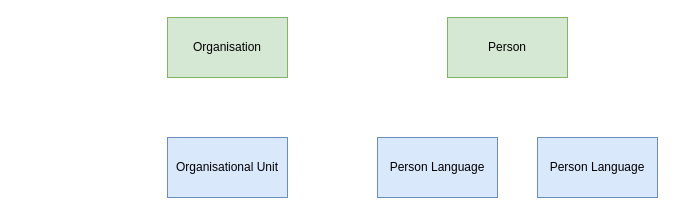
Earlier version of the draw.io diagram public/diagrams/model/Party.drawio (data-positioning/datapos-resources). Source tidied: cells renumbered, new cells numbered last; positions are measured from the earlier drawing's top-left corner, leaving out a move shared by most shapes. Both pictures are drawn from the tidied source at 100%, with x=0, y=0 at pixel (167, 17).
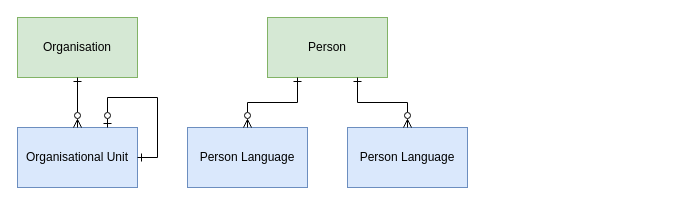
After the change.

What changed in the source:
```diff
@@
 <mxGraphModel>
   <root>
     <mxCell id="0" />
     <mxCell id="1" parent="0" />
     <mxCell id="2" value="Organisation" style="rounded=0;whiteSpace=wrap;html=1;points=[[0,0,0,0,0],[0,0.25,0,0,0],[0,0.5,0,0,0],[0,0.75,0,0,0],[0,1,0,0,0],[0.13,1,0,0,0],[0.25,0,0,0,0],[0.25,1,0,0,0],[0.38,1,0,0,0],[0.5,0,0,0,0],[0.5,1,0,0,0],[0.63,1,0,0,0],[0.75,0,0,0,0],[0.75,1,0,0,0],[0.88,1,0,0,0],[1,0,0,0,0],[1,0.25,0,0,0],[1,0.5,0,0,0],[1,0.75,0,0,0],[1,1,0,0,0]];fillColor=#d5e8d4;strokeColor=#82b366;" parent="1" vertex="1">
-      <mxGeometry width="120" height="60" as="geometry" />
+      <mxGeometry x="-150" width="120" height="60" as="geometry" />
     </mxCell>
     <mxCell id="3" value="Person" style="rounded=0;whiteSpace=wrap;html=1;points=[[0,0,0,0,0],[0,0.25,0,0,0],[0,0.5,0,0,0],[0,0.75,0,0,0],[0,1,0,0,0],[0.13,1,0,0,0],[0.25,0,0,0,0],[0.25,1,0,0,0],[0.38,1,0,0,0],[0.5,0,0,0,0],[0.5,1,0,0,0],[0.63,1,0,0,0],[0.75,0,0,0,0],[0.75,1,0,0,0],[0.88,1,0,0,0],[1,0,0,0,0],[1,0.25,0,0,0],[1,0.5,0,0,0],[1,0.75,0,0,0],[1,1,0,0,0]];fillColor=#d5e8d4;strokeColor=#82b366;" parent="1" vertex="1">
-      <mxGeometry x="280" width="120" height="60" as="geometry" />
+      <mxGeometry x="100" width="120" height="60" as="geometry" />
     </mxCell>
     <mxCell id="4" value="Organisational Unit" style="rounded=0;whiteSpace=wrap;html=1;points=[[0,0,0,0,0],[0,0.25,0,0,0],[0,0.5,0,0,0],[0,0.75,0,0,0],[0,1,0,0,0],[0.13,1,0,0,0],[0.25,0,0,0,0],[0.25,1,0,0,0],[0.38,1,0,0,0],[0.5,0,0,0,0],[0.5,1,0,0,0],[0.63,1,0,0,0],[0.75,0,0,0,0],[0.75,1,0,0,0],[0.88,1,0,0,0],[1,0,0,0,0],[1,0.25,0,0,0],[1,0.5,0,0,0],[1,0.75,0,0,0],[1,1,0,0,0]];fillColor=#dae8fc;strokeColor=#6c8ebf;" parent="1" vertex="1">
-      <mxGeometry y="120" width="120" height="60" as="geometry" />
+      <mxGeometry x="-150" y="110" width="120" height="60" as="geometry" />
     </mxCell>
     <mxCell id="5" value="Person Language" style="rounded=0;whiteSpace=wrap;html=1;points=[[0,0,0,0,0],[0,0.25,0,0,0],[0,0.5,0,0,0],[0,0.75,0,0,0],[0,1,0,0,0],[0.13,1,0,0,0],[0.25,0,0,0,0],[0.25,1,0,0,0],[0.38,1,0,0,0],[0.5,0,0,0,0],[0.5,1,0,0,0],[0.63,1,0,0,0],[0.75,0,0,0,0],[0.75,1,0,0,0],[0.88,1,0,0,0],[1,0,0,0,0],[1,0.25,0,0,0],[1,0.5,0,0,0],[1,0.75,0,0,0],[1,1,0,0,0]];fillColor=#dae8fc;strokeColor=#6c8ebf;" parent="1" vertex="1">
-      <mxGeometry x="210" y="120" width="120" height="60" as="geometry" />
+      <mxGeometry x="20" y="110" width="120" height="60" as="geometry" />
     </mxCell>
     <mxCell id="6" value="Person Language" style="rounded=0;whiteSpace=wrap;html=1;points=[[0,0,0,0,0],[0,0.25,0,0,0],[0,0.5,0,0,0],[0,0.75,0,0,0],[0,1,0,0,0],[0.13,1,0,0,0],[0.25,0,0,0,0],[0.25,1,0,0,0],[0.38,1,0,0,0],[0.5,0,0,0,0],[0.5,1,0,0,0],[0.63,1,0,0,0],[0.75,0,0,0,0],[0.75,1,0,0,0],[0.88,1,0,0,0],[1,0,0,0,0],[1,0.25,0,0,0],[1,0.5,0,0,0],[1,0.75,0,0,0],[1,1,0,0,0]];fillColor=#dae8fc;strokeColor=#6c8ebf;" parent="1" vertex="1">
-      <mxGeometry x="370" y="120" width="120" height="60" as="geometry" />
+      <mxGeometry x="180" y="110" width="120" height="60" as="geometry" />
     </mxCell>
+    <mxCell id="7" style="endArrow=ERzeroToMany;html=1;rounded=0;startArrow=ERone;startFill=0;endFill=0;entryX=0.5;entryY=0;entryDx=0;entryDy=0;entryPerimeter=0;exitX=0.5;exitY=1;exitDx=0;exitDy=0;exitPerimeter=0;" parent="1" edge="1" source="2" target="4">
+      <mxGeometry relative="1" as="geometry" />
+    </mxCell>
+    <mxCell id="8" style="endArrow=ERzeroToMany;html=1;rounded=0;startArrow=ERone;startFill=0;endFill=0;entryX=0.5;entryY=0;entryDx=0;entryDy=0;entryPerimeter=0;exitX=0.25;exitY=1;exitDx=0;exitDy=0;exitPerimeter=0;edgeStyle=orthogonalEdgeStyle;" parent="1" edge="1" source="3" target="5">
+      <mxGeometry relative="1" as="geometry" />
+    </mxCell>
+    <mxCell id="9" style="endArrow=ERzeroToMany;html=1;rounded=0;startArrow=ERone;startFill=0;endFill=0;entryX=0.5;entryY=0;entryDx=0;entryDy=0;entryPerimeter=0;exitX=0.75;exitY=1;exitDx=0;exitDy=0;exitPerimeter=0;edgeStyle=orthogonalEdgeStyle;" parent="1" edge="1" source="3" target="6">
+      <mxGeometry relative="1" as="geometry" />
+    </mxCell>
+    <mxCell id="10" style="endArrow=ERzeroToOne;html=1;rounded=0;startArrow=ERone;startFill=0;endFill=0;edgeStyle=orthogonalEdgeStyle;entryX=0.75;entryY=0;entryDx=0;entryDy=0;entryPerimeter=0;elbow=vertical;exitX=1;exitY=0.5;exitDx=0;exitDy=0;exitPerimeter=0;" parent="1" edge="1" source="4" target="4">
+      <mxGeometry relative="1" as="geometry">
+        <Array as="points">
+          <mxPoint x="-10" y="140" />
+          <mxPoint x="-10" y="80" />
+          <mxPoint x="-60" y="80" />
+        </Array>
+      </mxGeometry>
+    </mxCell>
   </root>
 </mxGraphModel>
```
